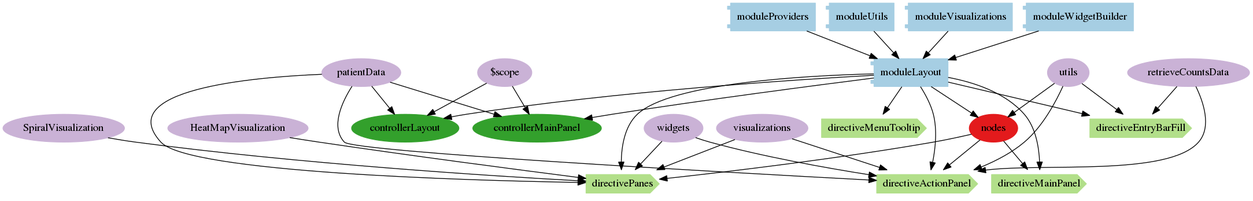
Earlier version of the Graphviz export architecture/png/modules/moduleLayout.png (nevesnunes/MultiViz). Its source is kept beside it as architecture/dot/modules/moduleLayout.dot.
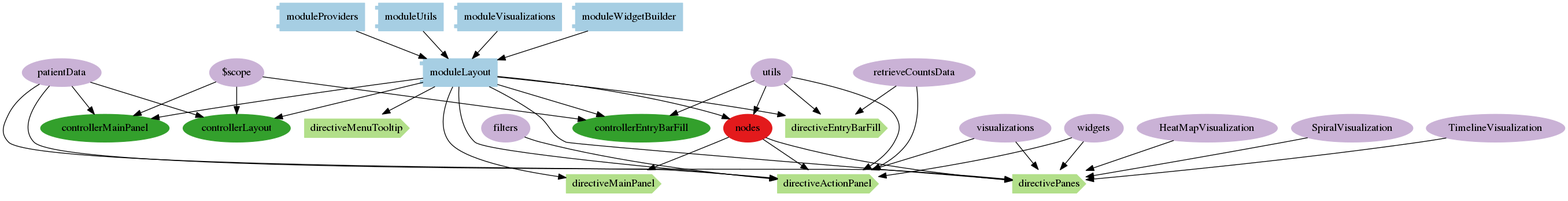
Above is the later version.

The edit, as a diff of the source:
```diff
@@ -30,6 +30,9 @@
 
       "controllerLayout"[label="controllerLayout", color=4]
       "moduleLayout" -> "controllerLayout"
+
+      "controllerEntryBarFill"[label="controllerEntryBarFill", color=4]
+      "moduleLayout" -> "controllerEntryBarFill"
 
 
 
@@ -90,6 +93,9 @@
         "visualizations"[label="visualizations"]
         "visualizations" -> "directiveActionPanel"
 
+        "filters"[label="filters"]
+        "filters" -> "directiveActionPanel"
+
         "patientData"[label="patientData"]
         "patientData" -> "directiveActionPanel"
 
@@ -125,6 +131,9 @@
         "SpiralVisualization"[label="SpiralVisualization"]
         "SpiralVisualization" -> "directivePanes"
 
+        "TimelineVisualization"[label="TimelineVisualization"]
+        "TimelineVisualization" -> "directivePanes"
+
 
 
 
@@ -146,6 +155,14 @@
 
 
 
+        "$scope"[label="$scope"]
+        "$scope" -> "controllerEntryBarFill"
+
+        "utils"[label="utils"]
+        "utils" -> "controllerEntryBarFill"
+
+
+
 
 
 
```
